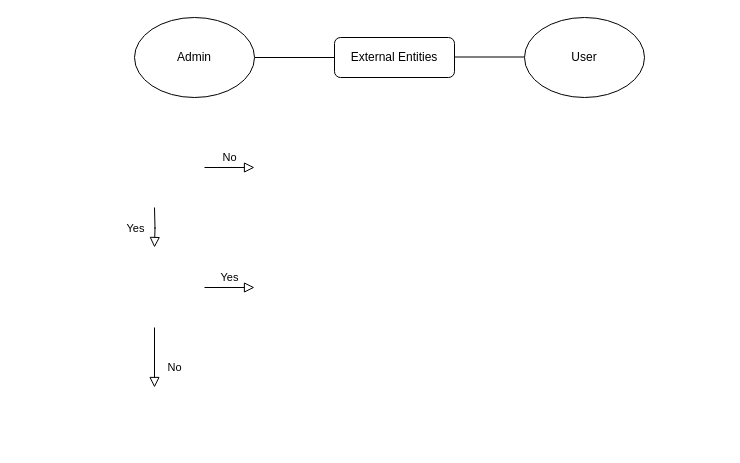
ABHISHEK-SINGH-KASHYAP/18-07-2024 keeps this draw.io diagram as Untitled Diagram.drawio. Above is the earlier version. Source tidied: cells renumbered, new cells numbered last; positions are measured from the earlier drawing's top-left corner, leaving out a move shared by most shapes. Both pictures are drawn from the tidied source at 100%, with x=0, y=0 at pixel (134, 17).
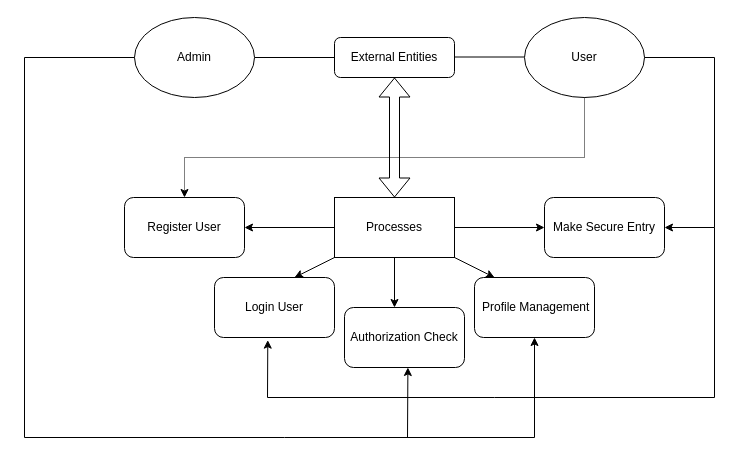
The same page after the edit.

The change refers to these unchanged cells:
```xml
<mxCell id="2" value="External Entities" style="rounded=1;whiteSpace=wrap;html=1;fontSize=12;glass=0;strokeWidth=1;shadow=0;" parent="1" vertex="1">
  <mxGeometry x="200" y="20" width="120" height="40" as="geometry" />
</mxCell>
<mxCell id="9" value="Admin" style="ellipse;whiteSpace=wrap;html=1;" parent="1" vertex="1">
  <mxGeometry width="120" height="80" as="geometry" />
</mxCell>
<mxCell id="10" value="User" style="ellipse;whiteSpace=wrap;html=1;" parent="1" vertex="1">
  <mxGeometry x="390" width="120" height="80" as="geometry" />
</mxCell>
```

The edit, as a diff of the source:
```diff
@@
-    <mxCell id="3" value="Yes" style="rounded=0;html=1;jettySize=auto;orthogonalLoop=1;fontSize=11;endArrow=block;endFill=0;endSize=8;strokeWidth=1;shadow=0;labelBackgroundColor=none;edgeStyle=orthogonalEdgeStyle;" parent="1" edge="1">
-      <mxGeometry y="20" relative="1" as="geometry">
-        <mxPoint x="20" y="190" as="sourcePoint" />
-        <mxPoint x="20" y="230" as="targetPoint" />
-      </mxGeometry>
-    </mxCell>
-    <mxCell id="4" value="No" style="edgeStyle=orthogonalEdgeStyle;rounded=0;html=1;jettySize=auto;orthogonalLoop=1;fontSize=11;endArrow=block;endFill=0;endSize=8;strokeWidth=1;shadow=0;labelBackgroundColor=none;" parent="1" edge="1">
-      <mxGeometry y="10" relative="1" as="geometry">
-        <mxPoint x="70" y="150" as="sourcePoint" />
-        <mxPoint x="120" y="150" as="targetPoint" />
-      </mxGeometry>
-    </mxCell>
-    <mxCell id="5" value="No" style="rounded=0;html=1;jettySize=auto;orthogonalLoop=1;fontSize=11;endArrow=block;endFill=0;endSize=8;strokeWidth=1;shadow=0;labelBackgroundColor=none;edgeStyle=orthogonalEdgeStyle;" parent="1" edge="1">
-      <mxGeometry x="0.33" y="20" relative="1" as="geometry">
-        <mxPoint x="20" y="310" as="sourcePoint" />
-        <mxPoint x="20" y="370" as="targetPoint" />
-      </mxGeometry>
-    </mxCell>
-    <mxCell id="6" value="Yes" style="edgeStyle=orthogonalEdgeStyle;rounded=0;html=1;jettySize=auto;orthogonalLoop=1;fontSize=11;endArrow=block;endFill=0;endSize=8;strokeWidth=1;shadow=0;labelBackgroundColor=none;" parent="1" edge="1">
-      <mxGeometry y="10" relative="1" as="geometry">
-        <mxPoint x="70" y="270" as="sourcePoint" />
-        <mxPoint x="120" y="270" as="targetPoint" />
-      </mxGeometry>
-    </mxCell>
@@
+    <mxCell id="11" value="Processes" style="rounded=0;whiteSpace=wrap;html=1;" parent="1" vertex="1">
+      <mxGeometry x="200" y="180" width="120" height="60" as="geometry" />
+    </mxCell>
+    <mxCell id="12" style="shape=flexArrow;endArrow=classic;startArrow=classic;html=1;rounded=0;entryX=0.5;entryY=1;entryDx=0;entryDy=0;exitX=0.5;exitY=0;exitDx=0;exitDy=0;" parent="1" edge="1" source="11" target="2">
+      <mxGeometry relative="1" as="geometry" />
+    </mxCell>
+    <mxCell id="13" style="endArrow=classic;html=1;rounded=0;exitX=0;exitY=0.5;exitDx=0;exitDy=0;entryX=1;entryY=0.5;entryDx=0;entryDy=0;" parent="1" edge="1" source="11" target="18">
+      <mxGeometry relative="1" as="geometry" />
+    </mxCell>
+    <mxCell id="14" style="endArrow=classic;html=1;rounded=0;exitX=0;exitY=1;exitDx=0;exitDy=0;" parent="1" edge="1" source="11">
+      <mxGeometry relative="1" as="geometry">
+        <mxPoint x="160" y="260" as="targetPoint" />
+      </mxGeometry>
+    </mxCell>
+    <mxCell id="15" style="endArrow=classic;html=1;rounded=0;exitX=0.5;exitY=1;exitDx=0;exitDy=0;" parent="1" edge="1" source="11">
+      <mxGeometry relative="1" as="geometry">
+        <mxPoint x="260" y="290" as="targetPoint" />
+      </mxGeometry>
+    </mxCell>
+    <mxCell id="16" style="endArrow=classic;html=1;rounded=0;exitX=1;exitY=1;exitDx=0;exitDy=0;" parent="1" edge="1" source="11">
+      <mxGeometry relative="1" as="geometry">
+        <mxPoint x="360" y="260" as="targetPoint" />
+      </mxGeometry>
+    </mxCell>
+    <mxCell id="17" style="endArrow=classic;html=1;rounded=0;exitX=1;exitY=0.5;exitDx=0;exitDy=0;entryX=0;entryY=0.5;entryDx=0;entryDy=0;" parent="1" edge="1" source="11" target="22">
+      <mxGeometry relative="1" as="geometry" />
+    </mxCell>
+    <mxCell id="18" value="Register User" style="rounded=1;whiteSpace=wrap;html=1;" parent="1" vertex="1">
+      <mxGeometry x="-10" y="180" width="120" height="60" as="geometry" />
+    </mxCell>
+    <mxCell id="19" value="Login User" style="rounded=1;whiteSpace=wrap;html=1;" parent="1" vertex="1">
+      <mxGeometry x="80" y="260" width="120" height="60" as="geometry" />
+    </mxCell>
+    <mxCell id="20" value="Authorization Check" style="rounded=1;whiteSpace=wrap;html=1;" parent="1" vertex="1">
+      <mxGeometry x="210" y="290" width="120" height="60" as="geometry" />
+    </mxCell>
+    <mxCell id="21" value="&amp;nbsp;Profile Management" style="rounded=1;whiteSpace=wrap;html=1;" parent="1" vertex="1">
+      <mxGeometry x="340" y="260" width="120" height="60" as="geometry" />
+    </mxCell>
+    <mxCell id="22" value="Make Secure Entry" style="rounded=1;whiteSpace=wrap;html=1;" parent="1" vertex="1">
+      <mxGeometry x="410" y="180" width="120" height="60" as="geometry" />
+    </mxCell>
+    <mxCell id="23" style="endArrow=classic;html=1;rounded=0;exitX=0;exitY=0.5;exitDx=0;exitDy=0;entryX=0.5;entryY=1;entryDx=0;entryDy=0;" parent="1" edge="1" source="9" target="21">
+      <mxGeometry relative="1" as="geometry">
+        <Array as="points">
+          <mxPoint x="-110" y="40" />
+          <mxPoint x="-110" y="420" />
+          <mxPoint x="150" y="420" />
+          <mxPoint x="400" y="420" />
+        </Array>
+      </mxGeometry>
+    </mxCell>
+    <mxCell id="24" style="endArrow=classic;html=1;rounded=0;entryX=0.528;entryY=1.122;entryDx=0;entryDy=0;entryPerimeter=0;" parent="1" edge="1">
+      <mxGeometry relative="1" as="geometry">
+        <mxPoint x="273" y="420" as="sourcePoint" />
+        <mxPoint x="273.4" y="350" as="targetPoint" />
+      </mxGeometry>
+    </mxCell>
+    <mxCell id="25" style="endArrow=classic;html=1;rounded=0;exitX=1;exitY=0.5;exitDx=0;exitDy=0;entryX=1;entryY=0.5;entryDx=0;entryDy=0;" parent="1" edge="1" source="10" target="22">
+      <mxGeometry relative="1" as="geometry">
+        <Array as="points">
+          <mxPoint x="580" y="40" />
+          <mxPoint x="580" y="210" />
+        </Array>
+      </mxGeometry>
+    </mxCell>
+    <mxCell id="26" style="endArrow=classic;html=1;rounded=0;entryX=0.444;entryY=1.044;entryDx=0;entryDy=0;entryPerimeter=0;" parent="1" edge="1" target="19">
+      <mxGeometry relative="1" as="geometry">
+        <mxPoint x="580" y="210" as="sourcePoint" />
+        <Array as="points">
+          <mxPoint x="580" y="380" />
+          <mxPoint x="360" y="380" />
+          <mxPoint x="133" y="380" />
+        </Array>
+      </mxGeometry>
+    </mxCell>
+    <mxCell id="27" style="endArrow=classic;html=1;rounded=0;exitX=0.5;exitY=1;exitDx=0;exitDy=0;entryX=0.5;entryY=0;entryDx=0;entryDy=0;dashed=1;dashPattern=1 1;" parent="1" edge="1" source="10" target="18">
+      <mxGeometry relative="1" as="geometry">
+        <Array as="points">
+          <mxPoint x="450" y="140" />
+          <mxPoint x="50" y="140" />
+        </Array>
+      </mxGeometry>
+    </mxCell>
```
